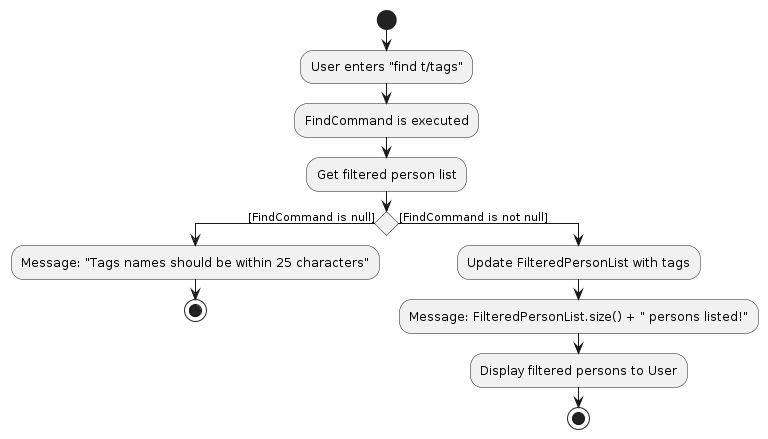
The PlantUML diagram diagrams/FindActivityDiagram.png in AY2425S2-CS2103-F15-3/tp, before a commit. Its source is kept beside it as diagrams/FindActivityDiagram.puml.
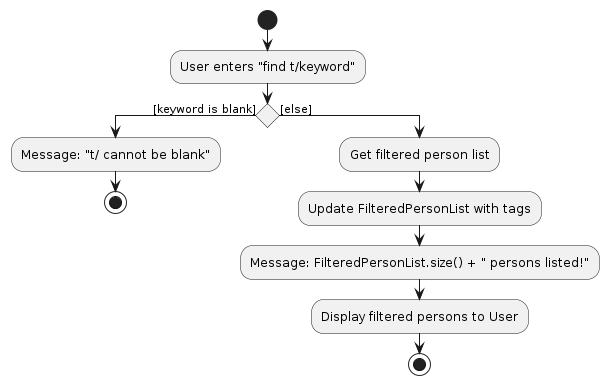
Later version of the same file.

The edit, as a diff of the source:
```diff
@@ -1,21 +1,17 @@
 @startuml
 start
 
-:User enters "find t/tags";
+:User enters "find t/keyword";
+if () then ([keyword is blank])
+    :Message: "t/ cannot be blank";
+    stop
+else ([else])
+    :Get filtered person list;
 
-:FindCommand is executed;
-
-:Get filtered person list;
-
-if () then ([FindCommand is null])
-    :Message: "Tags names should be within 25 characters";
-    stop
-else ([FindCommand is not null])
     :Update FilteredPersonList with tags;
 
     :Message: FilteredPersonList.size() + " persons listed!";
 
     :Display filtered persons to User;
-
-stop
+    stop
 @enduml
```
